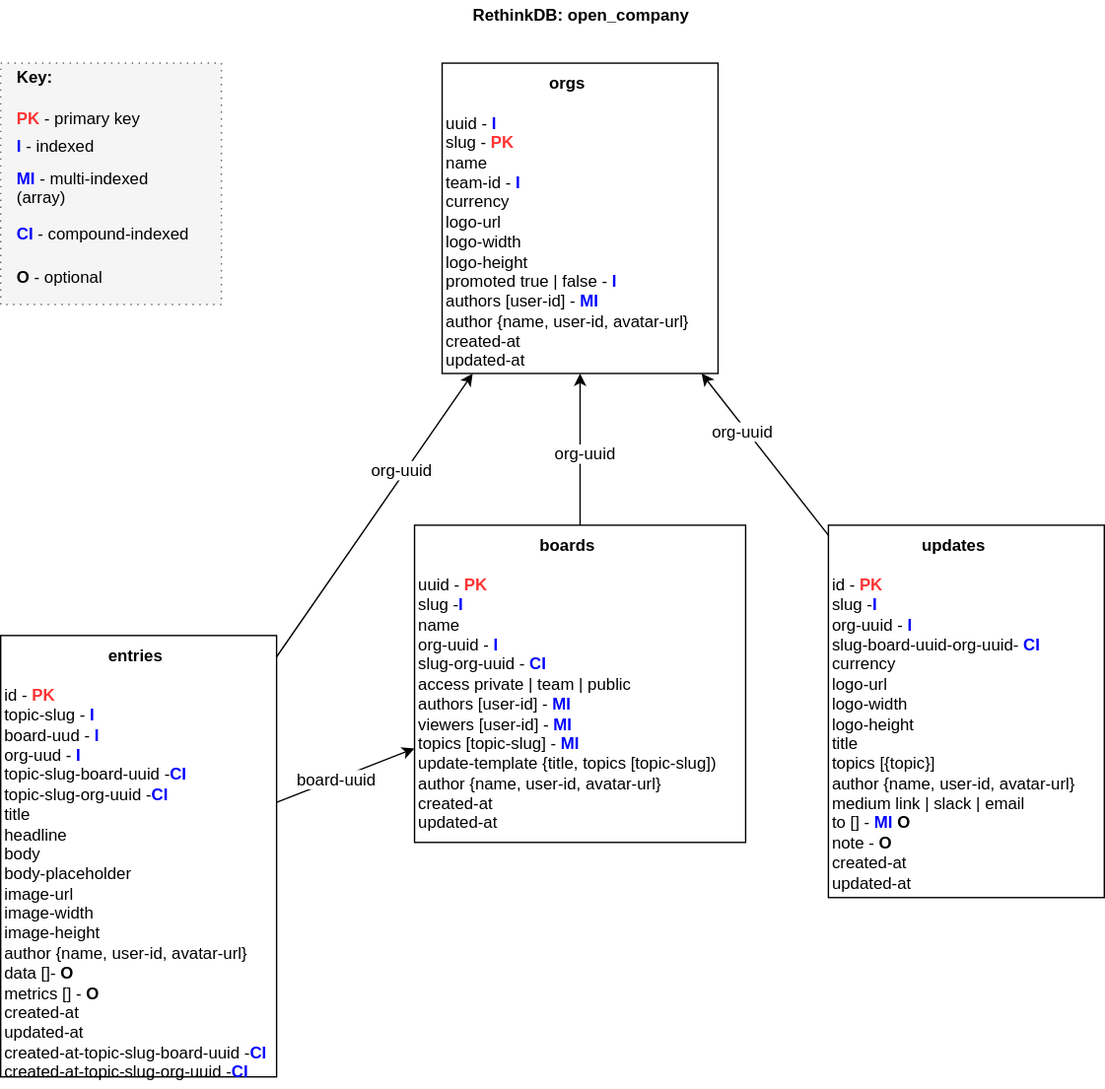
The draw.io diagram docs/OC-Storage-Schema.svg in open-company/open-company-storage, before a commit. Source tidied: cells renumbered, new cells last; positions are measured from the earlier drawing's top-left corner, leaving out a move shared by most shapes.
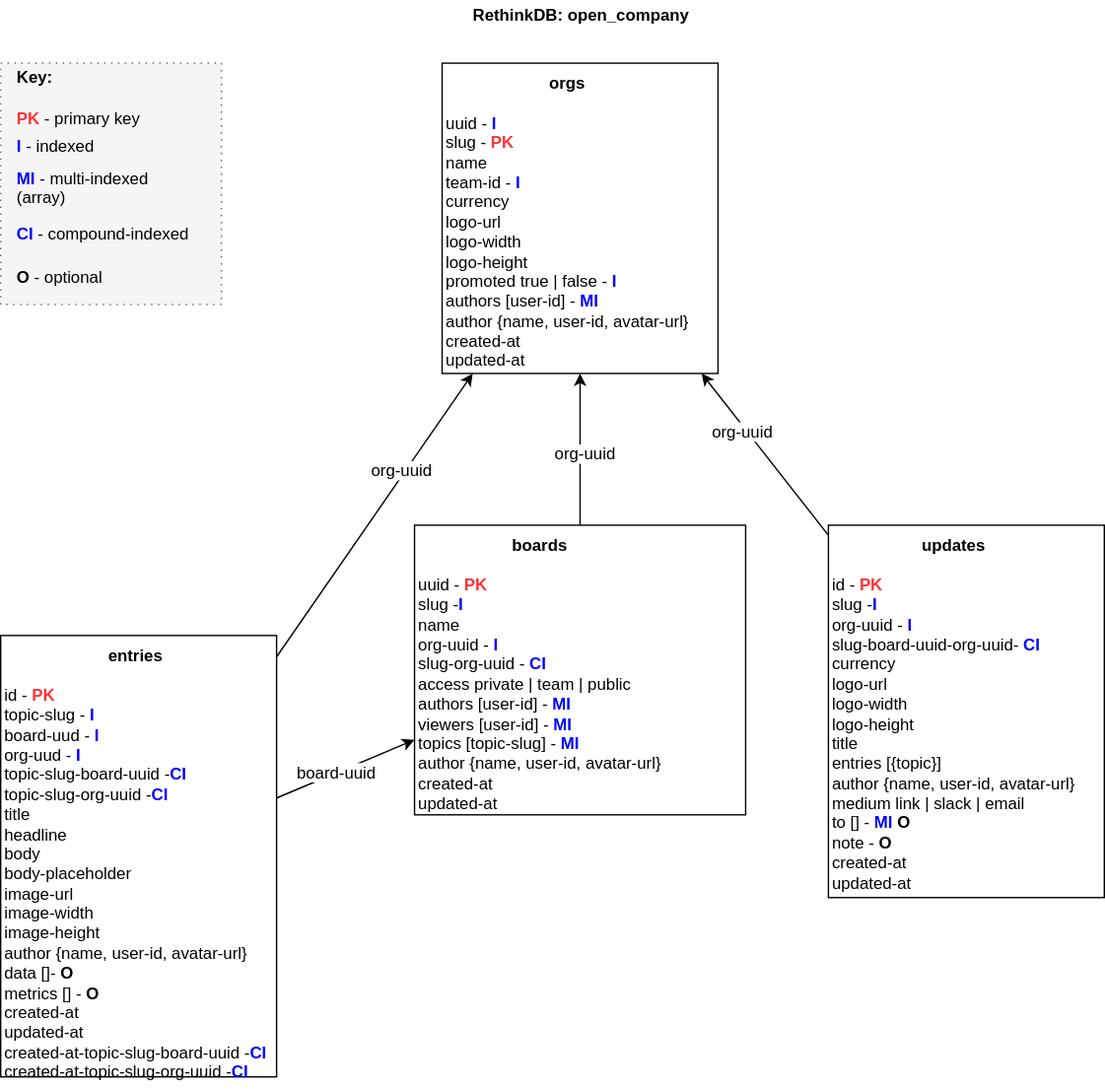
After the change.

What changed in the source:
```diff
@@ -8,8 +8,8 @@
     <mxCell id="3" value="&lt;div style=&quot;text-align: center&quot;&gt;&lt;font color=&quot;#000000&quot;&gt;&lt;b&gt;orgs&lt;/b&gt;&lt;/font&gt;&lt;/div&gt;&lt;div&gt;&lt;font color=&quot;#000000&quot;&gt;&lt;br&gt;&lt;/font&gt;&lt;/div&gt;&lt;div&gt;uuid - &lt;b&gt;&lt;font color=&quot;#0000ff&quot;&gt;I&lt;/font&gt;&lt;/b&gt;&lt;/div&gt;&lt;div&gt;&lt;font color=&quot;#000000&quot;&gt;slug -&amp;nbsp;&lt;/font&gt;&lt;font color=&quot;#ff3333&quot;&gt;&lt;b&gt;PK&lt;/b&gt;&lt;/font&gt;&lt;/div&gt;&lt;div&gt;&lt;font color=&quot;#000000&quot;&gt;name&lt;/font&gt;&lt;/div&gt;&lt;div&gt;&lt;font color=&quot;#000000&quot;&gt;team-id -&amp;nbsp;&lt;/font&gt;&lt;font color=&quot;#0000ff&quot;&gt;&lt;b&gt;I&lt;/b&gt;&lt;/font&gt;&lt;/div&gt;&lt;div&gt;currency&lt;/div&gt;&lt;div&gt;logo-url&lt;/div&gt;&lt;div&gt;logo-width&lt;/div&gt;&lt;div&gt;logo-height&lt;/div&gt;&lt;div&gt;&lt;div&gt;promoted true | false -&amp;nbsp;&lt;b&gt;&lt;font color=&quot;#0000ff&quot;&gt;I&lt;/font&gt;&lt;/b&gt;&lt;/div&gt;&lt;/div&gt;&lt;div&gt;authors [user-id] - &lt;b&gt;&lt;font color=&quot;#0000ff&quot;&gt;MI&lt;/font&gt;&lt;/b&gt;&lt;/div&gt;&lt;div&gt;author {name, user-id, avatar-url}&lt;/div&gt;&lt;div&gt;&lt;span&gt;created-at&lt;/span&gt;&lt;br&gt;&lt;/div&gt;&lt;div&gt;&lt;font color=&quot;#000000&quot;&gt;updated-at&lt;/font&gt;&lt;/div&gt;" style="whiteSpace=wrap;html=1;fontSize=12;fontColor=#000000;align=left;verticalAlign=top;" parent="1" vertex="1">
       <mxGeometry x="320" y="45" width="200" height="225" as="geometry" />
     </mxCell>
-    <mxCell id="4" value="&lt;div style=&quot;text-align: center&quot;&gt;&lt;div style=&quot;text-align: center&quot;&gt;&lt;div&gt;&lt;font color=&quot;#000000&quot;&gt;&lt;b&gt;boards&lt;/b&gt;&lt;/font&gt;&lt;/div&gt;&lt;div&gt;&lt;font color=&quot;#000000&quot;&gt;&lt;br&gt;&lt;/font&gt;&lt;/div&gt;&lt;div style=&quot;text-align: left&quot;&gt;&lt;font color=&quot;#000000&quot;&gt;uuid -&amp;nbsp;&lt;/font&gt;&lt;font color=&quot;#ff3333&quot;&gt;&lt;b&gt;PK&lt;/b&gt;&lt;/font&gt;&lt;br&gt;&lt;/div&gt;&lt;div style=&quot;text-align: left&quot;&gt;slug -&lt;b&gt;&lt;font color=&quot;#0000ff&quot;&gt;I&lt;/font&gt;&lt;/b&gt;&lt;/div&gt;&lt;div style=&quot;text-align: left&quot;&gt;&lt;font color=&quot;#000000&quot;&gt;name&lt;/font&gt;&lt;/div&gt;&lt;div style=&quot;text-align: left&quot;&gt;&lt;font color=&quot;#000000&quot;&gt;org-uuid -&amp;nbsp;&lt;/font&gt;&lt;font color=&quot;#0000ff&quot;&gt;&lt;b&gt;I&lt;/b&gt;&lt;/font&gt;&lt;/div&gt;&lt;div style=&quot;text-align: left&quot;&gt;slug-org-uuid -&lt;b&gt;&amp;nbsp;&lt;font color=&quot;#0000ff&quot;&gt;CI&lt;/font&gt;&lt;/b&gt;&lt;/div&gt;&lt;div style=&quot;text-align: left&quot;&gt;access private | team | public&lt;/div&gt;&lt;div style=&quot;text-align: left&quot;&gt;&lt;span&gt;authors&amp;nbsp;&lt;/span&gt;&lt;span&gt;[user-id] -&amp;nbsp;&lt;/span&gt;&lt;b&gt;&lt;font color=&quot;#0000ff&quot;&gt;MI&lt;/font&gt;&lt;/b&gt;&lt;br&gt;&lt;/div&gt;&lt;div style=&quot;text-align: left&quot;&gt;viewers [user-id] -&amp;nbsp;&lt;b&gt;&lt;font color=&quot;#0000ff&quot;&gt;MI&lt;/font&gt;&lt;/b&gt;&lt;/div&gt;&lt;div style=&quot;text-align: left&quot;&gt;topics [topic-slug]&amp;nbsp;&lt;span&gt;-&amp;nbsp;&lt;/span&gt;&lt;b&gt;&lt;font color=&quot;#0000ff&quot;&gt;MI&lt;/font&gt;&lt;/b&gt;&lt;/div&gt;&lt;div style=&quot;text-align: left&quot;&gt;update-template {title, topics [topic-slug])&lt;/div&gt;&lt;div style=&quot;text-align: left&quot;&gt;author {name, user-id, avatar-url}&lt;/div&gt;&lt;div style=&quot;text-align: left&quot;&gt;created-at&lt;br&gt;&lt;/div&gt;&lt;div style=&quot;text-align: left&quot;&gt;&lt;font color=&quot;#000000&quot;&gt;updated-at&lt;/font&gt;&lt;/div&gt;&lt;/div&gt;&lt;/div&gt;" style="whiteSpace=wrap;html=1;fontSize=12;fontColor=#000000;align=left;verticalAlign=top;" parent="1" vertex="1">
-      <mxGeometry x="300" y="380" width="240" height="230" as="geometry" />
+    <mxCell id="4" value="&lt;div style=&quot;text-align: center&quot;&gt;&lt;div style=&quot;text-align: center&quot;&gt;&lt;div&gt;&lt;font color=&quot;#000000&quot;&gt;&lt;b&gt;boards&lt;/b&gt;&lt;/font&gt;&lt;/div&gt;&lt;div&gt;&lt;font color=&quot;#000000&quot;&gt;&lt;br&gt;&lt;/font&gt;&lt;/div&gt;&lt;div style=&quot;text-align: left&quot;&gt;&lt;font color=&quot;#000000&quot;&gt;uuid -&amp;nbsp;&lt;/font&gt;&lt;font color=&quot;#ff3333&quot;&gt;&lt;b&gt;PK&lt;/b&gt;&lt;/font&gt;&lt;br&gt;&lt;/div&gt;&lt;div style=&quot;text-align: left&quot;&gt;slug -&lt;b&gt;&lt;font color=&quot;#0000ff&quot;&gt;I&lt;/font&gt;&lt;/b&gt;&lt;/div&gt;&lt;div style=&quot;text-align: left&quot;&gt;&lt;font color=&quot;#000000&quot;&gt;name&lt;/font&gt;&lt;/div&gt;&lt;div style=&quot;text-align: left&quot;&gt;&lt;font color=&quot;#000000&quot;&gt;org-uuid -&amp;nbsp;&lt;/font&gt;&lt;font color=&quot;#0000ff&quot;&gt;&lt;b&gt;I&lt;/b&gt;&lt;/font&gt;&lt;/div&gt;&lt;div style=&quot;text-align: left&quot;&gt;slug-org-uuid -&lt;b&gt;&amp;nbsp;&lt;font color=&quot;#0000ff&quot;&gt;CI&lt;/font&gt;&lt;/b&gt;&lt;/div&gt;&lt;div style=&quot;text-align: left&quot;&gt;access private | team | public&lt;/div&gt;&lt;div style=&quot;text-align: left&quot;&gt;&lt;span&gt;authors&amp;nbsp;&lt;/span&gt;&lt;span&gt;[user-id] -&amp;nbsp;&lt;/span&gt;&lt;b&gt;&lt;font color=&quot;#0000ff&quot;&gt;MI&lt;/font&gt;&lt;/b&gt;&lt;br&gt;&lt;/div&gt;&lt;div style=&quot;text-align: left&quot;&gt;viewers [user-id] -&amp;nbsp;&lt;b&gt;&lt;font color=&quot;#0000ff&quot;&gt;MI&lt;/font&gt;&lt;/b&gt;&lt;/div&gt;&lt;div style=&quot;text-align: left&quot;&gt;topics [topic-slug]&amp;nbsp;&lt;span&gt;-&amp;nbsp;&lt;/span&gt;&lt;b&gt;&lt;font color=&quot;#0000ff&quot;&gt;MI&lt;/font&gt;&lt;/b&gt;&lt;/div&gt;&lt;div style=&quot;text-align: left&quot;&gt;&lt;span&gt;author {name, user-id, avatar-url}&lt;/span&gt;&lt;br&gt;&lt;/div&gt;&lt;div style=&quot;text-align: left&quot;&gt;created-at&lt;br&gt;&lt;/div&gt;&lt;div style=&quot;text-align: left&quot;&gt;&lt;font color=&quot;#000000&quot;&gt;updated-at&lt;/font&gt;&lt;/div&gt;&lt;/div&gt;&lt;/div&gt;" style="whiteSpace=wrap;html=1;fontSize=12;fontColor=#000000;align=left;verticalAlign=top;" parent="1" vertex="1">
+      <mxGeometry x="300" y="380" width="240" height="210" as="geometry" />
     </mxCell>
     <mxCell id="5" style="endArrow=classic;html=1;strokeColor=#000000;fontSize=12;fontColor=#000000;" parent="1" edge="1" source="4" target="3">
       <mxGeometry relative="1" as="geometry" />
@@ -17,7 +17,7 @@
     <mxCell id="6" value="org-uuid" style="text;html=1;align=center;verticalAlign=middle;labelBackgroundColor=#ffffff;fontSize=12;fontColor=#000000;" parent="5" vertex="1">
       <mxGeometry x="-0.04" y="-3" relative="1" as="geometry" />
     </mxCell>
-    <mxCell id="7" value="&lt;div style=&quot;text-align: center&quot;&gt;&lt;div&gt;&lt;font color=&quot;#000000&quot;&gt;&lt;b&gt;updates&lt;/b&gt;&lt;/font&gt;&lt;/div&gt;&lt;div&gt;&lt;font color=&quot;#000000&quot;&gt;&lt;br&gt;&lt;/font&gt;&lt;/div&gt;&lt;div style=&quot;text-align: left&quot;&gt;&lt;font color=&quot;#000000&quot;&gt;id -&amp;nbsp;&lt;/font&gt;&lt;font color=&quot;#ff3333&quot;&gt;&lt;b&gt;PK&lt;/b&gt;&lt;/font&gt;&lt;br&gt;&lt;/div&gt;&lt;div style=&quot;text-align: left&quot;&gt;slug -&lt;b&gt;&lt;font color=&quot;#0000ff&quot;&gt;I&lt;/font&gt;&lt;/b&gt;&lt;/div&gt;&lt;div style=&quot;text-align: left&quot;&gt;&lt;span&gt;org-uuid&lt;/span&gt;&lt;font color=&quot;#000000&quot;&gt;&amp;nbsp;-&amp;nbsp;&lt;/font&gt;&lt;font color=&quot;#0000ff&quot;&gt;&lt;b&gt;I&lt;/b&gt;&lt;/font&gt;&lt;br&gt;&lt;/div&gt;&lt;div style=&quot;text-align: left&quot;&gt;&lt;span&gt;slug-board-uuid-org-uuid&lt;/span&gt;&lt;font color=&quot;#000000&quot;&gt;-&amp;nbsp;&lt;/font&gt;&lt;font color=&quot;#0000ff&quot;&gt;&lt;b&gt;CI&lt;/b&gt;&lt;/font&gt;&lt;br&gt;&lt;/div&gt;&lt;div style=&quot;text-align: left&quot;&gt;currency&lt;/div&gt;&lt;div style=&quot;text-align: left&quot;&gt;logo-url&lt;/div&gt;&lt;div style=&quot;text-align: left&quot;&gt;logo-width&lt;/div&gt;&lt;div style=&quot;text-align: left&quot;&gt;logo-height&lt;/div&gt;&lt;div style=&quot;text-align: left&quot;&gt;title&lt;/div&gt;&lt;div style=&quot;text-align: left&quot;&gt;topics [{topic}]&lt;/div&gt;&lt;div style=&quot;text-align: left&quot;&gt;&lt;span&gt;author {name, user-id, avatar-url}&lt;/span&gt;&lt;br&gt;&lt;/div&gt;&lt;div style=&quot;text-align: left&quot;&gt;medium link | slack | email&lt;/div&gt;&lt;div style=&quot;text-align: left&quot;&gt;to []&amp;nbsp;&lt;font color=&quot;#000000&quot;&gt;-&amp;nbsp;&lt;/font&gt;&lt;b&gt;&lt;font color=&quot;#0000ff&quot;&gt;MI &lt;/font&gt;O&lt;/b&gt;&lt;/div&gt;&lt;div style=&quot;text-align: left&quot;&gt;note&amp;nbsp;&lt;font color=&quot;#000000&quot;&gt;-&amp;nbsp;&lt;/font&gt;&lt;b&gt;O&lt;/b&gt;&lt;/div&gt;&lt;div style=&quot;text-align: left&quot;&gt;created-at&lt;br&gt;&lt;/div&gt;&lt;div style=&quot;text-align: left&quot;&gt;&lt;font color=&quot;#000000&quot;&gt;updated-at&lt;/font&gt;&lt;/div&gt;&lt;/div&gt;" style="whiteSpace=wrap;html=1;fontSize=12;fontColor=#000000;align=left;verticalAlign=top;" parent="1" vertex="1">
+    <mxCell id="7" value="&lt;div style=&quot;text-align: center&quot;&gt;&lt;div&gt;&lt;font color=&quot;#000000&quot;&gt;&lt;b&gt;updates&lt;/b&gt;&lt;/font&gt;&lt;/div&gt;&lt;div&gt;&lt;font color=&quot;#000000&quot;&gt;&lt;br&gt;&lt;/font&gt;&lt;/div&gt;&lt;div style=&quot;text-align: left&quot;&gt;&lt;font color=&quot;#000000&quot;&gt;id -&amp;nbsp;&lt;/font&gt;&lt;font color=&quot;#ff3333&quot;&gt;&lt;b&gt;PK&lt;/b&gt;&lt;/font&gt;&lt;br&gt;&lt;/div&gt;&lt;div style=&quot;text-align: left&quot;&gt;slug -&lt;b&gt;&lt;font color=&quot;#0000ff&quot;&gt;I&lt;/font&gt;&lt;/b&gt;&lt;/div&gt;&lt;div style=&quot;text-align: left&quot;&gt;&lt;span&gt;org-uuid&lt;/span&gt;&lt;font color=&quot;#000000&quot;&gt;&amp;nbsp;-&amp;nbsp;&lt;/font&gt;&lt;font color=&quot;#0000ff&quot;&gt;&lt;b&gt;I&lt;/b&gt;&lt;/font&gt;&lt;br&gt;&lt;/div&gt;&lt;div style=&quot;text-align: left&quot;&gt;&lt;span&gt;slug-board-uuid-org-uuid&lt;/span&gt;&lt;font color=&quot;#000000&quot;&gt;-&amp;nbsp;&lt;/font&gt;&lt;font color=&quot;#0000ff&quot;&gt;&lt;b&gt;CI&lt;/b&gt;&lt;/font&gt;&lt;br&gt;&lt;/div&gt;&lt;div style=&quot;text-align: left&quot;&gt;currency&lt;/div&gt;&lt;div style=&quot;text-align: left&quot;&gt;logo-url&lt;/div&gt;&lt;div style=&quot;text-align: left&quot;&gt;logo-width&lt;/div&gt;&lt;div style=&quot;text-align: left&quot;&gt;logo-height&lt;/div&gt;&lt;div style=&quot;text-align: left&quot;&gt;title&lt;/div&gt;&lt;div style=&quot;text-align: left&quot;&gt;entries [{topic}]&lt;/div&gt;&lt;div style=&quot;text-align: left&quot;&gt;&lt;span&gt;author {name, user-id, avatar-url}&lt;/span&gt;&lt;br&gt;&lt;/div&gt;&lt;div style=&quot;text-align: left&quot;&gt;medium link | slack | email&lt;/div&gt;&lt;div style=&quot;text-align: left&quot;&gt;to []&amp;nbsp;&lt;font color=&quot;#000000&quot;&gt;-&amp;nbsp;&lt;/font&gt;&lt;b&gt;&lt;font color=&quot;#0000ff&quot;&gt;MI &lt;/font&gt;O&lt;/b&gt;&lt;/div&gt;&lt;div style=&quot;text-align: left&quot;&gt;note&amp;nbsp;&lt;font color=&quot;#000000&quot;&gt;-&amp;nbsp;&lt;/font&gt;&lt;b&gt;O&lt;/b&gt;&lt;/div&gt;&lt;div style=&quot;text-align: left&quot;&gt;created-at&lt;br&gt;&lt;/div&gt;&lt;div style=&quot;text-align: left&quot;&gt;&lt;font color=&quot;#000000&quot;&gt;updated-at&lt;/font&gt;&lt;/div&gt;&lt;/div&gt;" style="whiteSpace=wrap;html=1;fontSize=12;fontColor=#000000;align=left;verticalAlign=top;" parent="1" vertex="1">
       <mxGeometry x="600" y="380" width="200" height="270" as="geometry" />
     </mxCell>
     <mxCell id="8" value="&lt;b&gt;Key:&lt;/b&gt;" style="text;html=1;strokeColor=none;fillColor=none;align=left;verticalAlign=middle;whiteSpace=wrap;" parent="1" vertex="1">
```
